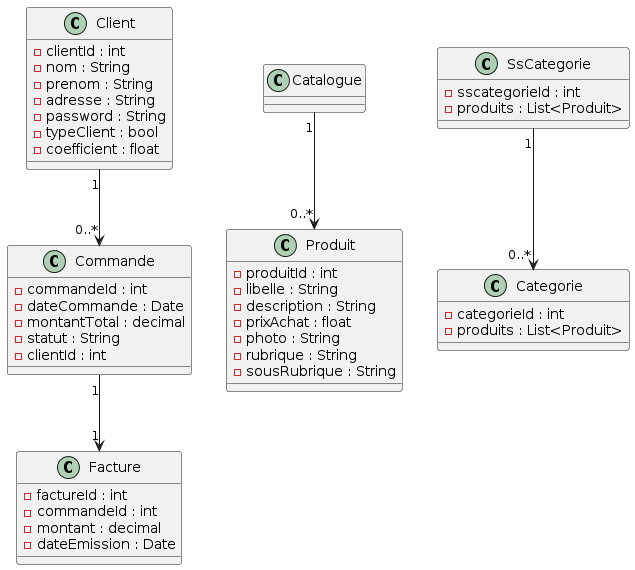
Above: asset/UML/GVClasses.png in Jeoffrey80/GreenVillage (PlantUML), before the change.
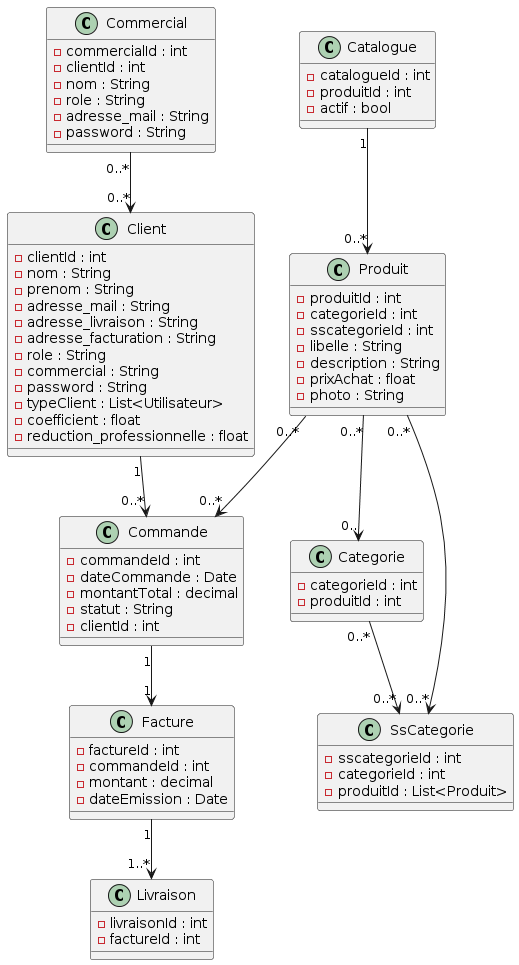
The same file after the commit.

Commit message:
màj Diagramme Classe

Change to the diagram source:
```diff
@@ -1,22 +1,42 @@
 @startuml
+class Commercial {
+    -commercialId : int
+    -clientId : int
+    -nom : String
+    -role : String
+    -adresse_mail : String
+    -password : String
+}
+
 class Client {
     - clientId : int
     - nom : String
     - prenom : String
-    - adresse : String
+    - adresse_mail : String
+    - adresse_livraison : String
+    - adresse_facturation : String
+    - role : String
+    - commercial : String
     - password : String
-    - typeClient : bool
+    - typeClient : List<Utilisateur>
     - coefficient : float
+    - reduction_professionnelle : float
+}
+
+class Catalogue {
+    -catalogueId : int
+    -produitId : int
+    -actif : bool
 }
 
 class Produit {
     - produitId : int
+    -categorieId : int
+    -sscategorieId : int
     - libelle : String
     - description : String
     - prixAchat : float
     - photo : String
-    - rubrique : String
-    - sousRubrique : String
 }
 
 class Commande {
@@ -25,6 +45,11 @@
     - montantTotal : decimal
     - statut : String
     - clientId : int
+}
+
+class Livraison {
+    -livraisonId : int
+    -factureId : int
 }
 
 class Facture {
@@ -36,16 +61,21 @@
 
 class Categorie {
     - categorieId : int
-    - produits : List<Produit>
+    - produitId : int
 }
 
 class SsCategorie{
     -sscategorieId : int
-    -produits : List<Produit>
+    -categorieId : int
+    -produitId : List<Produit>
 }
-
+Commercial "0..*" --> "0..*" Client
+Produit "0..*" --> "0..*" Commande
+Facture "1" --> "1..*" Livraison
 Client "1" --> "0..*" Commande
 Commande "1" --> "1" Facture
 Catalogue "1" --> "0..*" Produit
-SsCategorie "1"-->"0..*"Categorie
+Categorie "0..*"--> "0..*" SsCategorie
+Produit "0..*" --> "0..*" SsCategorie
+Produit "0..*" -->"0.."Categorie
 @enduml
```
